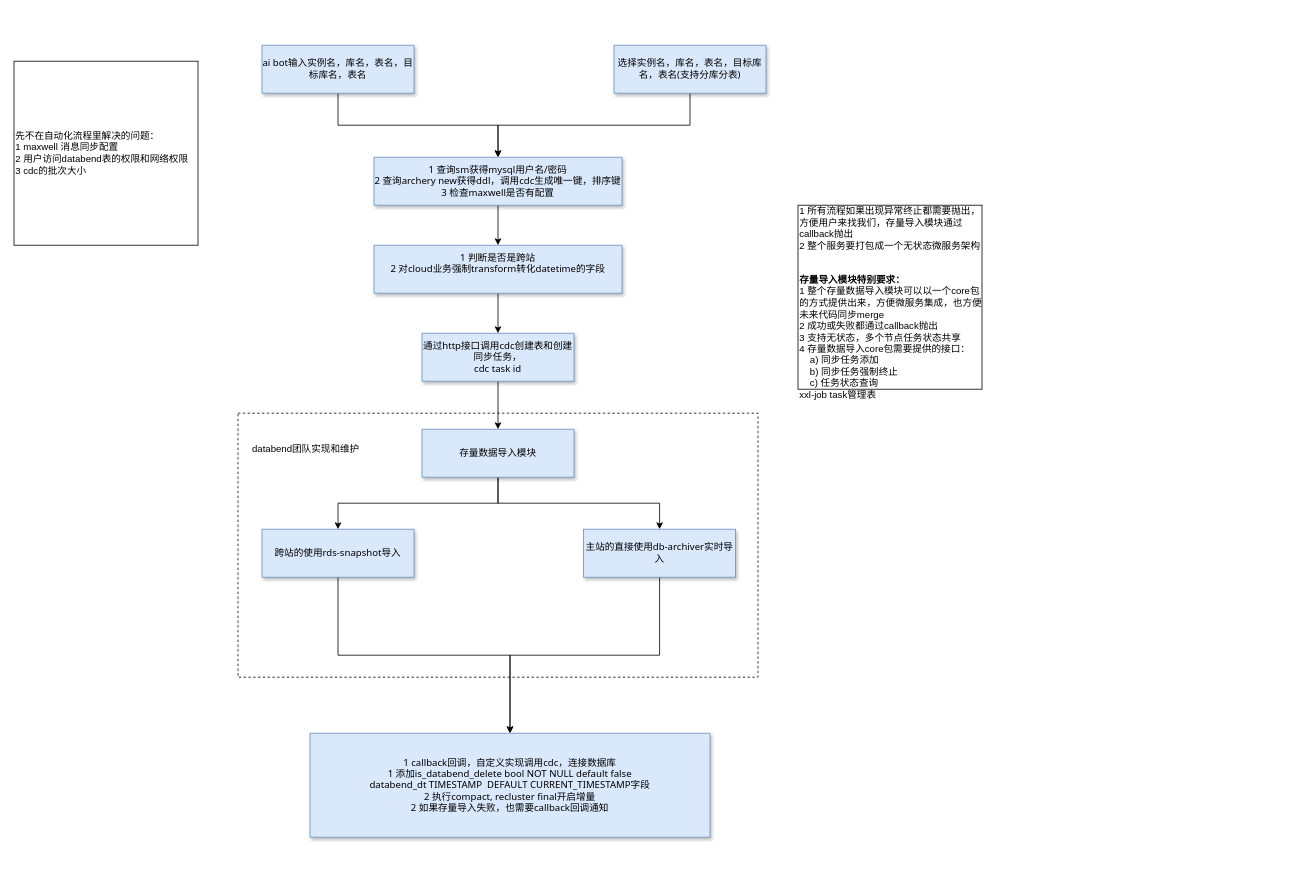
The draw.io diagram doc/databend自动化数据导入流程.drawio in jackjoesh/databend, before the edit. Source tidied: cells renumbered, new cells numbered last; positions are measured from the earlier drawing's top-left corner, leaving out a move shared by most shapes. Both pictures are drawn from the tidied source at 80%, with x=0, y=0 at pixel (14, 45).
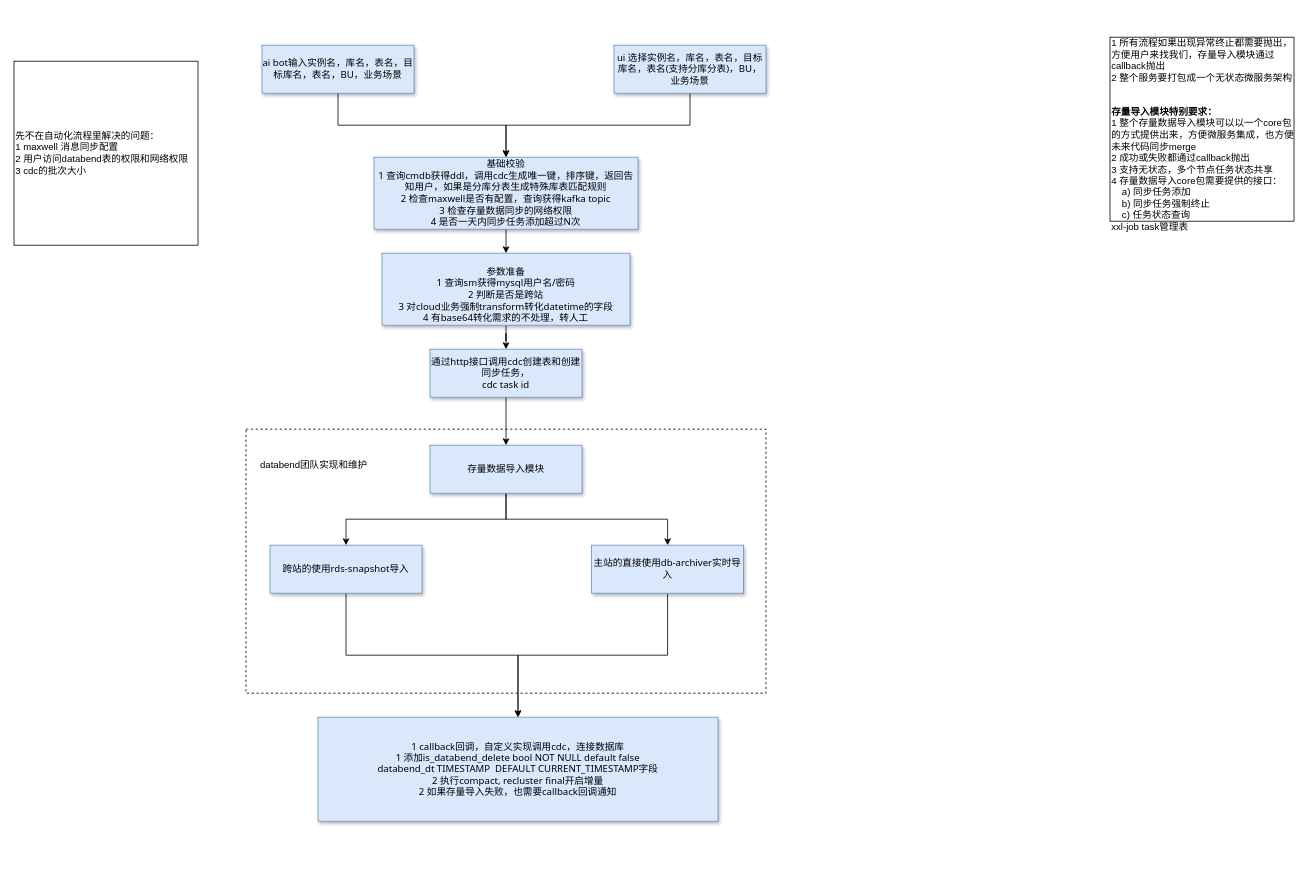
The same diagram, later.

Commit message:
更新databend自动化数据导入流程.drawio

Change to the diagram source:
```diff
@@
     <mxCell id="2" style="rounded=0;whiteSpace=wrap;html=1;dashed=1;" parent="1" vertex="1">
-      <mxGeometry x="280" y="460" width="650" height="330" as="geometry" />
+      <mxGeometry x="290" y="480" width="650" height="330" as="geometry" />
     </mxCell>
@@
-    <mxCell id="4" value="选择实例名，库名，表名，目标库名，表名(支持分库分表)" style="rounded=0;whiteSpace=wrap;html=1;fillColor=#dae8fc;strokeColor=#6c8ebf;shadow=1;fontFamily=Tahoma;" parent="1" vertex="1">
+    <mxCell id="4" value="ui 选择实例名，库名，表名，目标库名，表名(支持分库分表)，BU，业务场景" style="rounded=0;whiteSpace=wrap;html=1;fillColor=#dae8fc;strokeColor=#6c8ebf;shadow=1;fontFamily=Tahoma;" parent="1" vertex="1">
       <mxGeometry x="750" width="190" height="60" as="geometry" />
     </mxCell>
@@
-    <mxCell id="6" value="&lt;br&gt;1 查询sm获得mysql用户名/密码&lt;div&gt;2 查询archery new获得ddl&lt;span style=&quot;background-color: transparent; color: light-dark(rgb(0, 0, 0), rgb(255, 255, 255));&quot;&gt;，调用cdc生成唯一键，排序键&lt;/span&gt;&lt;/div&gt;&lt;div&gt;&lt;span style=&quot;background-color: transparent; color: light-dark(rgb(0, 0, 0), rgb(255, 255, 255));&quot;&gt;3 检查maxwell是否有配置&lt;br&gt;&lt;br&gt;&lt;/span&gt;&lt;/div&gt;" style="rounded=0;whiteSpace=wrap;html=1;fillColor=#dae8fc;strokeColor=#6c8ebf;shadow=1;fontFamily=Tahoma;" parent="1" vertex="1">
-      <mxGeometry x="450" y="140" width="310" height="60" as="geometry" />
+    <mxCell id="6" value="&lt;br&gt;基础校验&lt;br&gt;&lt;div&gt;1 查询cmdb获得ddl&lt;span style=&quot;background-color: transparent; color: light-dark(rgb(0, 0, 0), rgb(255, 255, 255));&quot;&gt;，调用cdc生成唯一键，排序键，返回告知用户，如果是分库分表生成特殊库表匹配规则&lt;/span&gt;&lt;/div&gt;&lt;div&gt;&lt;span style=&quot;background-color: transparent; color: light-dark(rgb(0, 0, 0), rgb(255, 255, 255));&quot;&gt;2 检查maxwell是否有配置，查询获得kafka topic&lt;/span&gt;&lt;/div&gt;&lt;div&gt;&lt;span style=&quot;background-color: transparent; color: light-dark(rgb(0, 0, 0), rgb(255, 255, 255));&quot;&gt;3 检查存量数据同步的网络权限&lt;br&gt;4 是否一天内同步任务添加超过N次&lt;br&gt;&lt;br&gt;&lt;/span&gt;&lt;/div&gt;" style="rounded=0;whiteSpace=wrap;html=1;fillColor=#dae8fc;strokeColor=#6c8ebf;shadow=1;fontFamily=Tahoma;" parent="1" vertex="1">
+      <mxGeometry x="450" y="140" width="330" height="90" as="geometry" />
     </mxCell>
@@
     <mxCell id="8" value="跨站的使用rds-snapshot导入" style="rounded=0;whiteSpace=wrap;html=1;fillColor=#dae8fc;strokeColor=#6c8ebf;shadow=1;fontFamily=Tahoma;" parent="1" vertex="1">
-      <mxGeometry x="310" y="605" width="190" height="60" as="geometry" />
+      <mxGeometry x="320" y="625" width="190" height="60" as="geometry" />
     </mxCell>
     <mxCell id="9" style="edgeStyle=orthogonalEdgeStyle;rounded=0;jettySize=auto;html=1;exitX=0.5;exitY=1;exitDx=0;exitDy=0;" parent="1" edge="1" source="10">
       <mxGeometry relative="1" as="geometry">
-        <mxPoint x="605" y="480" as="targetPoint" />
+        <mxPoint x="615" y="500" as="targetPoint" />
       </mxGeometry>
     </mxCell>
     <mxCell id="10" value="通过http接口调用cdc创建表和创建同步任务，&lt;div&gt;cdc task id&lt;/div&gt;" style="rounded=0;whiteSpace=wrap;html=1;fillColor=#dae8fc;strokeColor=#6c8ebf;shadow=1;fontFamily=Tahoma;" parent="1" vertex="1">
-      <mxGeometry x="510" y="360" width="190" height="60" as="geometry" />
+      <mxGeometry x="520" y="380" width="190" height="60" as="geometry" />
     </mxCell>
@@
     <mxCell id="12" value="主站的直接使用db-archiver实时导入" style="rounded=0;whiteSpace=wrap;html=1;fillColor=#dae8fc;strokeColor=#6c8ebf;shadow=1;fontFamily=Tahoma;" parent="1" vertex="1">
-      <mxGeometry x="712" y="605" width="190" height="60" as="geometry" />
+      <mxGeometry x="722" y="625" width="190" height="60" as="geometry" />
     </mxCell>
@@
     <mxCell id="15" value="存量数据导入模块" style="rounded=0;whiteSpace=wrap;html=1;fillColor=#dae8fc;strokeColor=#6c8ebf;shadow=1;fontFamily=Tahoma;" parent="1" vertex="1">
-      <mxGeometry x="510" y="480" width="190" height="60" as="geometry" />
+      <mxGeometry x="520" y="500" width="190" height="60" as="geometry" />
     </mxCell>
     <mxCell id="16" value="1 callback回调，自定义实现调用cdc，连接数据库&lt;br&gt;1 添加&lt;span style=&quot;background-color: transparent;&quot;&gt;is_databend_delete bool NOT NULL default false&lt;/span&gt;&lt;div&gt;databend_dt TIMESTAMP&amp;nbsp; DEFAULT CURRENT_TIMESTAMP字段&lt;br&gt;2 执行compact, recluster final&lt;span style=&quot;background-color: transparent; color: light-dark(rgb(0, 0, 0), rgb(255, 255, 255));&quot;&gt;开启增量&lt;/span&gt;&lt;/div&gt;&lt;div&gt;&lt;div&gt;2 如果存量导入失败，也需要&lt;span style=&quot;background-color: transparent; color: light-dark(rgb(0, 0, 0), rgb(255, 255, 255));&quot;&gt;callback回调通知&lt;/span&gt;&lt;/div&gt;&lt;/div&gt;" style="rounded=0;whiteSpace=wrap;html=1;fillColor=#dae8fc;strokeColor=#6c8ebf;shadow=1;fontFamily=Tahoma;" parent="1" vertex="1">
-      <mxGeometry x="370" y="860" width="500" height="130" as="geometry" />
+      <mxGeometry x="380" y="840" width="500" height="130" as="geometry" />
     </mxCell>
@@
     <mxCell id="18" value="&lt;div&gt;&lt;br&gt;&lt;/div&gt;&lt;div&gt;&lt;br&gt;&lt;/div&gt;1 所有流程如果出现异常终止都需要抛出，方便用户来找我们，存量导入模块通过callback抛出&lt;br&gt;2 整个服务要打包成一个无状态微服务架构&lt;br&gt;&lt;br&gt;&lt;br&gt;&lt;b&gt;存量导入模块特别要求：&lt;br&gt;&lt;/b&gt;1 整个存量数据导入模块可以以一个core包的方式提供出来，方便微服务集成，也方便未来代码同步merge&lt;br&gt;2 成功或失败都通过callback抛出&lt;div&gt;3 支持无状态，多个节点任务状态共享&lt;br&gt;&lt;div&gt;4 存量数据导入core包需要提供的接口：&lt;/div&gt;&lt;div&gt;&amp;nbsp; &amp;nbsp; a) 同步任务添加&lt;br&gt;&amp;nbsp; &amp;nbsp; b) 同步任务强制终止&lt;br&gt;&amp;nbsp; &amp;nbsp; c) 任务状态查询&lt;/div&gt;&lt;/div&gt;&lt;div&gt;xxl-job task管理表&lt;/div&gt;&lt;div&gt;&lt;br&gt;&lt;/div&gt;" style="whiteSpace=wrap;html=1;align=left;" parent="1" vertex="1">
-      <mxGeometry x="980" y="200" width="230" height="230" as="geometry" />
+      <mxGeometry x="1370" y="-10" width="230" height="230" as="geometry" />
     </mxCell>
     <mxCell id="19" value="databend团队实现和维护" style="text;html=1;align=center;verticalAlign=middle;whiteSpace=wrap;rounded=0;" parent="1" vertex="1">
-      <mxGeometry x="290" y="490" width="150" height="30" as="geometry" />
+      <mxGeometry x="300" y="510" width="150" height="30" as="geometry" />
     </mxCell>
     <mxCell id="20" style="edgeStyle=orthogonalEdgeStyle;rounded=0;orthogonalLoop=1;jettySize=auto;html=1;exitX=0.5;exitY=1;exitDx=0;exitDy=0;" parent="1" edge="1">
       <mxGeometry relative="1" as="geometry">
-        <mxPoint x="620" y="1010" as="sourcePoint" />
-        <mxPoint x="620" y="1010" as="targetPoint" />
+        <mxPoint x="630" y="1030" as="sourcePoint" />
+        <mxPoint x="630" y="1030" as="targetPoint" />
       </mxGeometry>
     </mxCell>
@@
-    <mxCell id="22" value="ai bot输入实例名，库名，表名，目标库名，表名" style="rounded=0;whiteSpace=wrap;html=1;fillColor=#dae8fc;strokeColor=#6c8ebf;shadow=1;fontFamily=Tahoma;" parent="1" vertex="1">
+    <mxCell id="22" value="ai bot输入实例名，库名，表名，目标库名，表名，BU，业务场景" style="rounded=0;whiteSpace=wrap;html=1;fillColor=#dae8fc;strokeColor=#6c8ebf;shadow=1;fontFamily=Tahoma;" parent="1" vertex="1">
       <mxGeometry x="310" width="190" height="60" as="geometry" />
     </mxCell>
@@
-    <mxCell id="24" value="1 判断是否是跨站&lt;br&gt;2 对cloud业务强制transform转化datetime的字段&lt;div&gt;&lt;br/&gt;&lt;/div&gt;" style="rounded=0;whiteSpace=wrap;html=1;fillColor=#dae8fc;strokeColor=#6c8ebf;shadow=1;fontFamily=Tahoma;" parent="1" vertex="1">
-      <mxGeometry x="450" y="250" width="310" height="60" as="geometry" />
+    <mxCell id="24" value="&lt;br&gt;参数准备&lt;br&gt;1 查询sm获得mysql用户名/密码&lt;br&gt;2 判断是否是跨站&lt;br&gt;3 对cloud业务强制transform转化datetime的字段&lt;div&gt;4 有base64转化需求的不处理，转人工&lt;/div&gt;" style="rounded=0;whiteSpace=wrap;html=1;fillColor=#dae8fc;strokeColor=#6c8ebf;shadow=1;fontFamily=Tahoma;" parent="1" vertex="1">
+      <mxGeometry x="460" y="260" width="310" height="90" as="geometry" />
     </mxCell>
```
